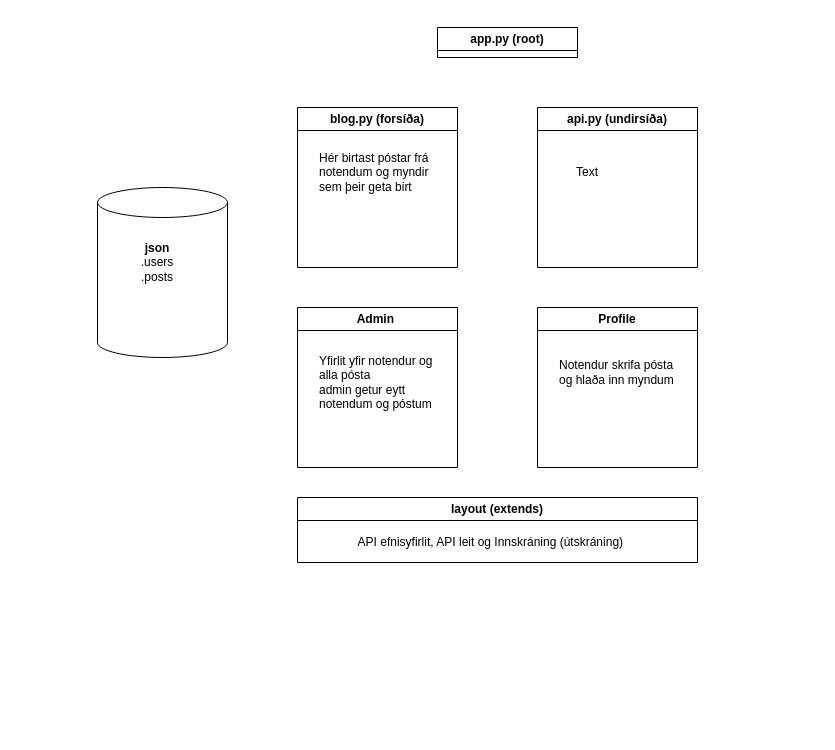
This is Verkefni4/flaedirit.drawio from vefthroun/26H_VEF2VF05CU, a draw.io file, before an edit. Source tidied: cells renumbered, new cells numbered last; positions are measured from the earlier drawing's top-left corner, leaving out a move shared by most shapes. Both pictures are drawn from the tidied source at 100%, with x=0, y=0 at pixel (97, 27).
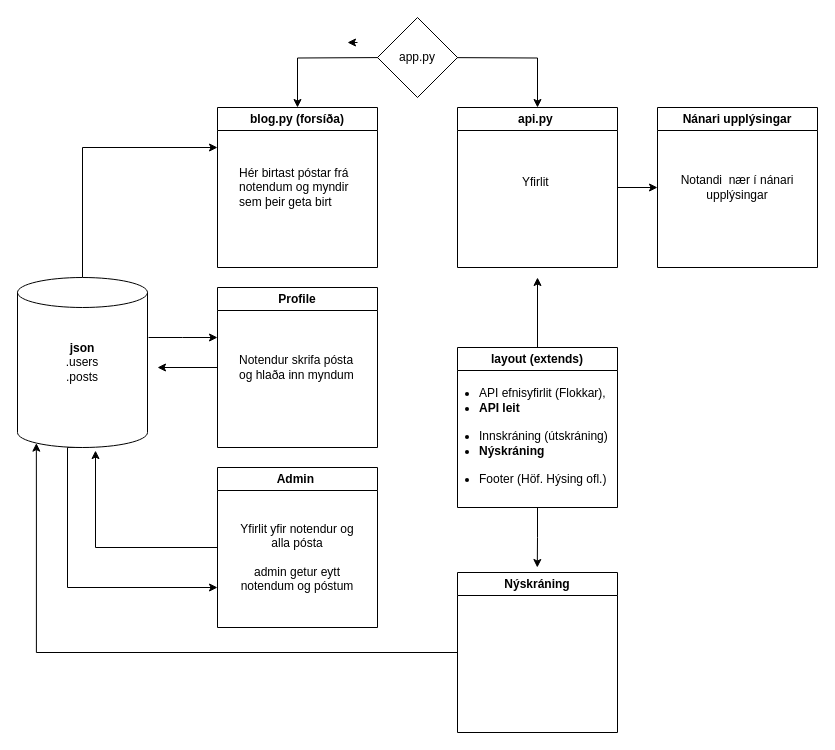
The same diagram, later.

Change to the diagram source:
```diff
@@
-    <mxCell id="2" value="app.py (root)" style="swimlane;whiteSpace=wrap;html=1;startSize=23;" parent="1" vertex="1" collapsed="1">
-      <mxGeometry x="340" width="140" height="30" as="geometry" />
-    </mxCell>
+    <mxCell id="15" style="edgeStyle=orthogonalEdgeStyle;rounded=0;jettySize=auto;html=1;exitX=0.5;exitY=1;exitDx=0;exitDy=0;entryX=0.5;entryY=0;entryDx=0;entryDy=0;defaultLabelBackgroundColor=page;labelPadding=0 4;" parent="1" edge="1" target="5">
+      <mxGeometry x="-0.25" relative="1" as="geometry">
+        <mxPoint x="330" y="30" as="sourcePoint" />
+      </mxGeometry>
+    </mxCell>
+    <mxCell id="16" style="edgeStyle=orthogonalEdgeStyle;rounded=0;orthogonalLoop=1;jettySize=auto;html=1;exitX=0;exitY=0.5;exitDx=0;exitDy=0;defaultLabelBackgroundColor=page;labelPadding=0 4;" parent="1" edge="1">
+      <mxGeometry relative="1" as="geometry">
+        <mxPoint x="260" y="15" as="sourcePoint" />
+        <mxPoint x="250" y="15" as="targetPoint" />
+      </mxGeometry>
+    </mxCell>
     <mxCell id="3" value="blog.py (forsíða)" style="swimlane;whiteSpace=wrap;html=1;" parent="1" vertex="1">
-      <mxGeometry x="200" y="80" width="160" height="160" as="geometry" />
+      <mxGeometry x="120" y="80" width="160" height="160" as="geometry" />
     </mxCell>
     <mxCell id="4" value="Hér birtast póstar frá notendum og myndir sem þeir geta birt" style="text;html=1;whiteSpace=wrap;strokeColor=none;fillColor=none;align=left;verticalAlign=middle;rounded=0;" parent="3" vertex="1">
-      <mxGeometry x="20" y="50" width="120" height="30" as="geometry" />
+      <mxGeometry x="20" y="65" width="120" height="30" as="geometry" />
     </mxCell>
+    <mxCell id="17" style="edgeStyle=orthogonalEdgeStyle;rounded=0;jettySize=auto;html=1;entryX=0;entryY=0.5;entryDx=0;entryDy=0;defaultLabelBackgroundColor=page;labelPadding=0 4;" parent="1" edge="1" source="5" target="26">
+      <mxGeometry relative="1" as="geometry" />
+    </mxCell>
-    <mxCell id="5" value="api.py (undirsíða)" style="swimlane;whiteSpace=wrap;html=1;" parent="1" vertex="1">
-      <mxGeometry x="440" y="80" width="160" height="160" as="geometry" />
+    <mxCell id="5" value="api.py&amp;nbsp;" style="swimlane;whiteSpace=wrap;html=1;" parent="1" vertex="1">
+      <mxGeometry x="360" y="80" width="160" height="160" as="geometry" />
     </mxCell>
+    <mxCell id="14" value="Yfirlit&amp;nbsp;" style="text;html=1;whiteSpace=wrap;strokeColor=none;fillColor=none;align=center;verticalAlign=middle;rounded=0;" parent="5" vertex="1">
+      <mxGeometry x="50" y="60" width="60" height="30" as="geometry" />
+    </mxCell>
+    <mxCell id="18" style="edgeStyle=orthogonalEdgeStyle;rounded=0;jettySize=auto;html=1;exitX=0.5;exitY=1;exitDx=0;exitDy=0;defaultLabelBackgroundColor=page;labelPadding=0 4;" parent="1" edge="1" source="6">
+      <mxGeometry relative="1" as="geometry">
+        <mxPoint x="439.8" y="540" as="targetPoint" />
+      </mxGeometry>
+    </mxCell>
+    <mxCell id="19" style="edgeStyle=orthogonalEdgeStyle;rounded=0;jettySize=auto;html=1;defaultLabelBackgroundColor=page;labelPadding=0 4;" parent="1" edge="1" source="6">
+      <mxGeometry relative="1" as="geometry">
+        <mxPoint x="440" y="250" as="targetPoint" />
+      </mxGeometry>
+    </mxCell>
     <mxCell id="6" value="layout (extends)" style="swimlane;whiteSpace=wrap;html=1;" parent="1" vertex="1">
-      <mxGeometry x="200" y="470" width="400" height="65" as="geometry" />
+      <mxGeometry x="360" y="320" width="160" height="160" as="geometry" />
     </mxCell>
-    <mxCell id="7" value="API efnisyfirlit, API leit og Innskráning (útskráning)&amp;nbsp;" style="text;html=1;whiteSpace=wrap;strokeColor=none;fillColor=none;align=center;verticalAlign=middle;rounded=0;" parent="1" vertex="1">
-      <mxGeometry x="220" y="500" width="350" height="30" as="geometry" />
+    <mxCell id="7" value="&lt;ul&gt;&lt;li&gt;API efnisyfirlit (Flokkar),&amp;nbsp;&lt;/li&gt;&lt;li&gt;&lt;b&gt;API leit&amp;nbsp;&lt;/b&gt;&amp;nbsp;&lt;br&gt;&lt;br&gt;&lt;/li&gt;&lt;li&gt;Innskráning (útskráning)&lt;br&gt;&lt;/li&gt;&lt;li&gt;&lt;b&gt;Nýskráning&lt;/b&gt;&amp;nbsp;&lt;br&gt;&lt;br&gt;&lt;/li&gt;&lt;li&gt;Footer (Höf. Hýsing ofl.)&lt;/li&gt;&lt;/ul&gt;" style="text;html=1;whiteSpace=wrap;strokeColor=none;fillColor=none;align=left;verticalAlign=middle;rounded=0;" parent="6" vertex="1">
+      <mxGeometry x="-20" y="74" width="175" height="30" as="geometry" />
     </mxCell>
     <mxCell id="8" value="Admin&amp;nbsp;" style="swimlane;whiteSpace=wrap;html=1;" parent="1" vertex="1">
-      <mxGeometry x="200" y="280" width="160" height="160" as="geometry" />
+      <mxGeometry x="120" y="440" width="160" height="160" as="geometry" />
     </mxCell>
-    <mxCell id="9" value="Yfirlit yfir notendur og alla pósta&lt;div&gt;admin getur eytt notendum og póstum&lt;/div&gt;" style="text;html=1;whiteSpace=wrap;strokeColor=none;fillColor=none;align=left;verticalAlign=middle;rounded=0;" parent="8" vertex="1">
-      <mxGeometry x="20" y="60" width="120" height="30" as="geometry" />
+    <mxCell id="9" value="Yfirlit yfir notendur og alla pósta&lt;div&gt;&lt;br&gt;&lt;div&gt;admin getur eytt notendum og póstum&lt;/div&gt;&lt;/div&gt;" style="text;html=1;whiteSpace=wrap;strokeColor=none;fillColor=none;align=center;verticalAlign=middle;rounded=0;" parent="8" vertex="1">
+      <mxGeometry x="20" y="75" width="120" height="30" as="geometry" />
     </mxCell>
     <mxCell id="10" value="Profile" style="swimlane;whiteSpace=wrap;html=1;" parent="1" vertex="1">
-      <mxGeometry x="440" y="280" width="160" height="160" as="geometry" />
+      <mxGeometry x="120" y="260" width="160" height="160" as="geometry" />
     </mxCell>
     <mxCell id="11" value="Notendur skrifa pósta og hlaða inn myndum" style="text;html=1;whiteSpace=wrap;strokeColor=none;fillColor=none;align=left;verticalAlign=middle;rounded=0;" parent="10" vertex="1">
-      <mxGeometry x="20" y="50" width="120" height="30" as="geometry" />
+      <mxGeometry x="20" y="65" width="120" height="30" as="geometry" />
     </mxCell>
+    <mxCell id="20" style="edgeStyle=orthogonalEdgeStyle;rounded=0;jettySize=auto;html=1;exitX=0.5;exitY=0;exitDx=0;exitDy=0;exitPerimeter=0;entryX=0;entryY=0.25;entryDx=0;entryDy=0;defaultLabelBackgroundColor=page;labelPadding=0 4;" parent="1" edge="1" source="12" target="3">
+      <mxGeometry relative="1" as="geometry" />
+    </mxCell>
+    <mxCell id="21" style="edgeStyle=orthogonalEdgeStyle;rounded=0;jettySize=auto;html=1;defaultLabelBackgroundColor=page;labelPadding=0 4;exitX=1.008;exitY=0.353;exitDx=0;exitDy=0;exitPerimeter=0;" parent="1" edge="1" source="12">
+      <mxGeometry x="0.02" relative="1" as="geometry">
+        <mxPoint x="120" y="310" as="targetPoint" />
+      </mxGeometry>
+    </mxCell>
+    <mxCell id="22" style="edgeStyle=orthogonalEdgeStyle;rounded=0;jettySize=auto;html=1;exitX=0.5;exitY=1;exitDx=0;exitDy=0;exitPerimeter=0;defaultLabelBackgroundColor=page;labelPadding=0 4;entryX=0;entryY=0.75;entryDx=0;entryDy=0;" parent="1" edge="1" source="12" target="8">
+      <mxGeometry x="0.4" relative="1" as="geometry">
+        <Array as="points">
+          <mxPoint x="-30" y="420" />
+          <mxPoint x="-30" y="560" />
+        </Array>
+      </mxGeometry>
+    </mxCell>
     <mxCell id="12" style="shape=cylinder3;whiteSpace=wrap;html=1;boundedLbl=1;backgroundOutline=1;size=15;" parent="1" vertex="1">
-      <mxGeometry y="160" width="130" height="170" as="geometry" />
+      <mxGeometry x="-80" y="250" width="130" height="170" as="geometry" />
     </mxCell>
     <mxCell id="13" value="&lt;b&gt;json&lt;/b&gt;&lt;div&gt;.users&lt;/div&gt;&lt;div&gt;.posts&lt;/div&gt;" style="text;html=1;whiteSpace=wrap;strokeColor=none;fillColor=none;align=center;verticalAlign=middle;rounded=0;" parent="1" vertex="1">
-      <mxGeometry x="30" y="220" width="60" height="30" as="geometry" />
+      <mxGeometry x="-45" y="320" width="60" height="30" as="geometry" />
     </mxCell>
-    <mxCell id="14" value="Text" style="text;html=1;whiteSpace=wrap;strokeColor=none;fillColor=none;align=center;verticalAlign=middle;rounded=0;" parent="1" vertex="1">
-      <mxGeometry x="460" y="130" width="60" height="30" as="geometry" />
-    </mxCell>
+    <mxCell id="23" style="edgeStyle=orthogonalEdgeStyle;rounded=0;jettySize=auto;html=1;exitX=0.25;exitY=1;exitDx=0;exitDy=0;entryX=0.5;entryY=0;entryDx=0;entryDy=0;defaultLabelBackgroundColor=page;labelPadding=0 4;" parent="1" edge="1" target="3">
+      <mxGeometry x="-0.14" relative="1" as="geometry">
+        <mxPoint x="295" y="30" as="sourcePoint" />
+      </mxGeometry>
+    </mxCell>
+    <mxCell id="24" style="edgeStyle=orthogonalEdgeStyle;rounded=0;jettySize=auto;html=1;exitX=0;exitY=0.5;exitDx=0;exitDy=0;defaultLabelBackgroundColor=page;labelPadding=0 4;" parent="1" edge="1" source="10">
+      <mxGeometry relative="1" as="geometry">
+        <mxPoint x="60" y="340" as="targetPoint" />
+      </mxGeometry>
+    </mxCell>
+    <mxCell id="25" style="edgeStyle=orthogonalEdgeStyle;rounded=0;jettySize=auto;html=1;exitX=0;exitY=0.5;exitDx=0;exitDy=0;entryX=0.6;entryY=1.018;entryDx=0;entryDy=0;entryPerimeter=0;defaultLabelBackgroundColor=page;labelPadding=0 4;" parent="1" edge="1" source="8" target="12">
+      <mxGeometry relative="1" as="geometry" />
+    </mxCell>
+    <mxCell id="26" value="Nánari upplýsingar" style="swimlane;whiteSpace=wrap;html=1;" parent="1" vertex="1">
+      <mxGeometry x="560" y="80" width="160" height="160" as="geometry" />
+    </mxCell>
+    <mxCell id="27" value="Notandi&amp;nbsp; nær í nánari upplýsingar" style="text;html=1;whiteSpace=wrap;strokeColor=none;fillColor=none;align=center;verticalAlign=middle;rounded=0;" parent="26" vertex="1">
+      <mxGeometry x="20" y="65" width="120" height="30" as="geometry" />
+    </mxCell>
+    <mxCell id="28" style="rhombus;whiteSpace=wrap;html=1;shapeInside=1;" parent="1" vertex="1">
+      <mxGeometry x="280" y="-10" width="80" height="80" as="geometry" />
+    </mxCell>
+    <mxCell id="29" value="app.py" style="text;html=1;whiteSpace=wrap;strokeColor=none;fillColor=none;align=center;verticalAlign=middle;rounded=0;" parent="1" vertex="1">
+      <mxGeometry x="290" y="15" width="60" height="30" as="geometry" />
+    </mxCell>
+    <mxCell id="30" style="edgeStyle=orthogonalEdgeStyle;rounded=0;jettySize=auto;html=1;defaultLabelBackgroundColor=page;labelPadding=0 4;entryX=0.145;entryY=1;entryDx=0;entryDy=-4.35;entryPerimeter=0;" parent="1" edge="1" source="31" target="12">
+      <mxGeometry x="-0.02" relative="1" as="geometry" />
+    </mxCell>
+    <mxCell id="31" value="Nýskráning" style="swimlane;whiteSpace=wrap;html=1;" parent="1" vertex="1">
+      <mxGeometry x="360" y="545" width="160" height="160" as="geometry" />
+    </mxCell>
```
